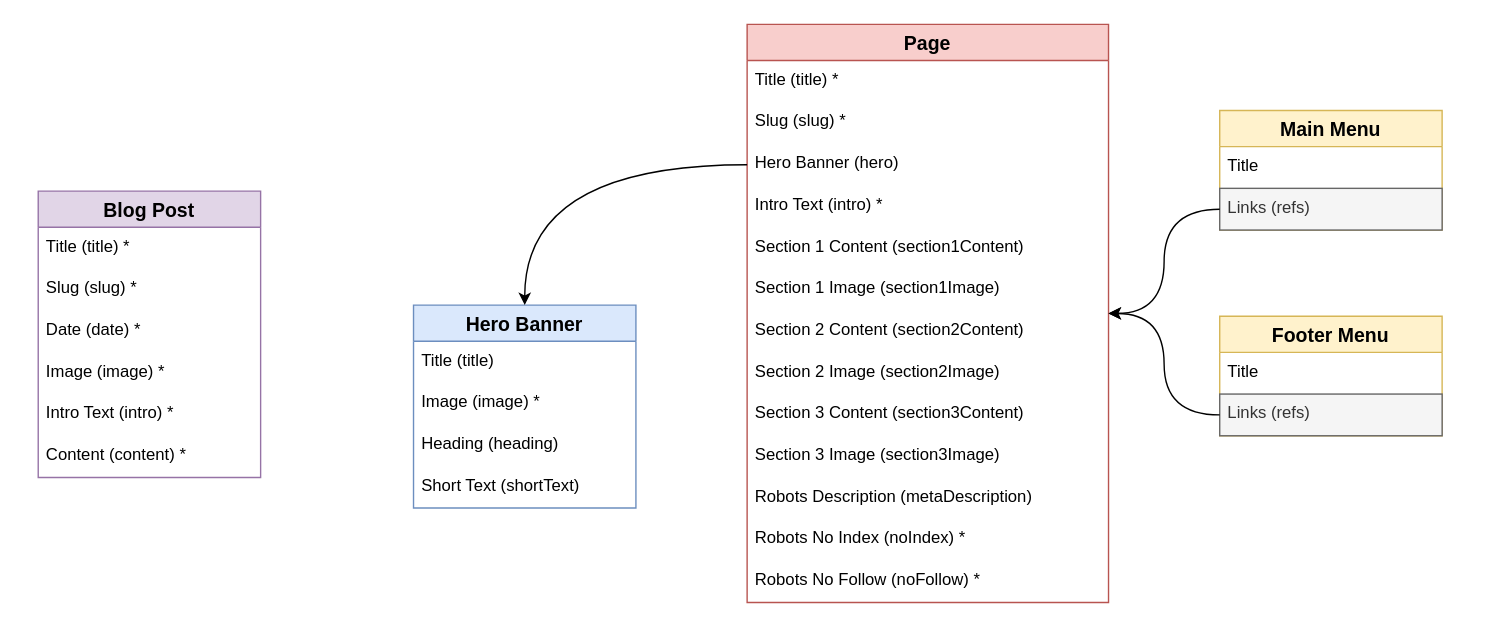
Before: page "Content model" (2 of 2) of doc/overview.drawio in spacebetweentherapy/website, a draw.io diagram. Source tidied: cells renumbered, new cells numbered last; positions are measured from the earlier drawing's top-left corner, leaving out a move shared by most shapes. Both pictures are drawn from the tidied source at 139%, with x=0, y=0 at pixel (38, 24).
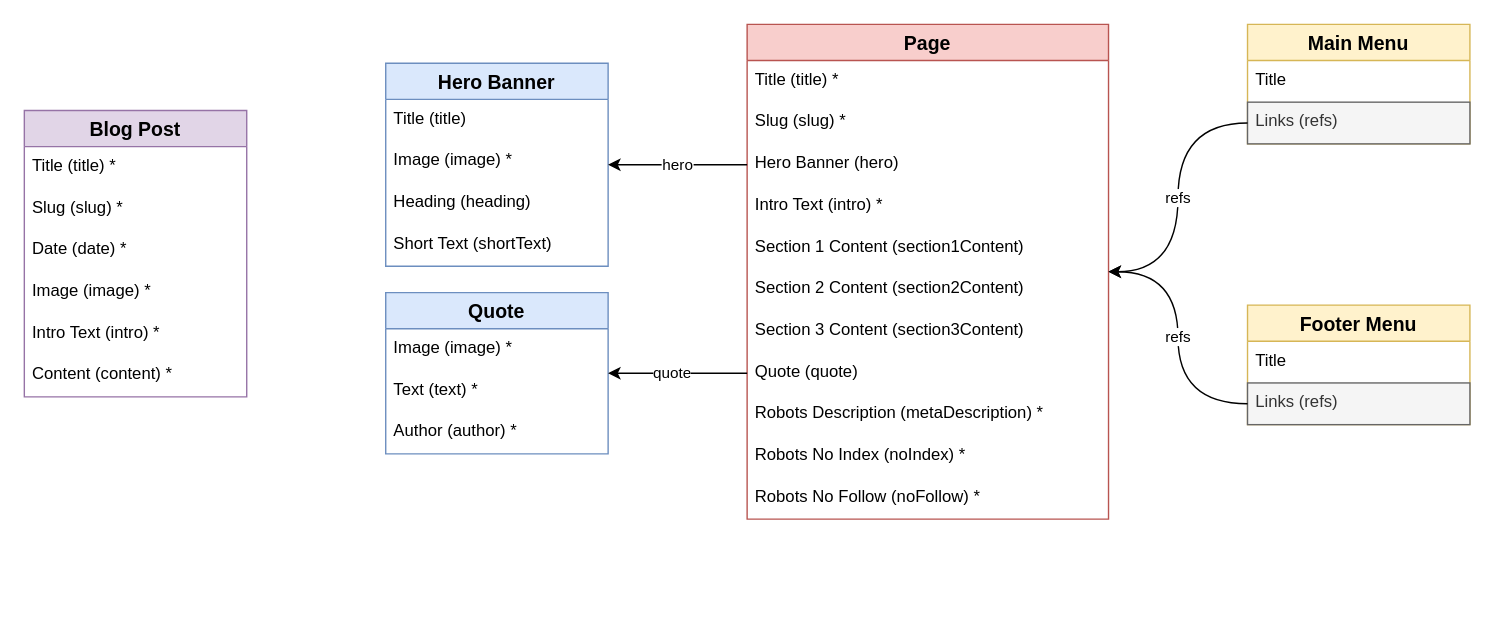
The same page after the edit.

Unchanged cells that the change refers to:
```xml
<mxCell id="17" value="Hero Banner (hero)" style="text;strokeColor=none;fillColor=none;spacingLeft=4;spacingRight=4;overflow=hidden;points=[[0,0.5],[1,0.5]];portConstraint=eastwest;fontSize=12;" parent="14" vertex="1">
  <mxGeometry y="86" width="260" height="30" as="geometry" />
</mxCell>
<mxCell id="33" value="Links (refs)" style="text;strokeColor=#666666;fillColor=#f5f5f5;spacingLeft=4;spacingRight=4;overflow=hidden;points=[[0,0.5],[1,0.5]];portConstraint=eastwest;fontSize=12;fontColor=#333333;" parent="31" vertex="1">
  <mxGeometry y="56" width="160" height="30" as="geometry" />
</mxCell>
<mxCell id="37" value="Links (refs)" style="text;strokeColor=#666666;fillColor=#f5f5f5;spacingLeft=4;spacingRight=4;overflow=hidden;points=[[0,0.5],[1,0.5]];portConstraint=eastwest;fontSize=12;fontColor=#333333;" parent="35" vertex="1">
  <mxGeometry y="56" width="160" height="30" as="geometry" />
</mxCell>
```

Change to the diagram source:
```diff
@@
     <mxCell id="2" value="Blog Post" style="swimlane;fontStyle=1;horizontal=1;startSize=26;align=center;fontSize=14;fillColor=#e1d5e7;strokeColor=#9673a6;" parent="1" vertex="1">
-      <mxGeometry y="120" width="160" height="206" as="geometry" />
+      <mxGeometry x="-10" y="62" width="160" height="206" as="geometry" />
     </mxCell>
@@
     <mxCell id="9" value="Hero Banner" style="swimlane;fontStyle=1;horizontal=1;startSize=26;align=center;fontSize=14;strokeColor=#6c8ebf;fillColor=#dae8fc;" parent="1" vertex="1">
-      <mxGeometry x="270" y="202" width="160" height="146" as="geometry" />
+      <mxGeometry x="250" y="28" width="160" height="146" as="geometry" />
     </mxCell>
@@
     <mxCell id="14" value="Page" style="swimlane;fontStyle=1;horizontal=1;startSize=26;align=center;fontSize=14;strokeColor=#b85450;fillColor=#f8cecc;" parent="1" vertex="1">
-      <mxGeometry x="510" width="260" height="416" as="geometry" />
+      <mxGeometry x="510" width="260" height="356" as="geometry" />
     </mxCell>
@@
-    <mxCell id="20" value="Section 1 Image (section1Image)" style="text;strokeColor=none;fillColor=none;spacingLeft=4;spacingRight=4;overflow=hidden;fontSize=12;" parent="14" vertex="1">
-      <mxGeometry y="176" width="260" height="30" as="geometry" />
-    </mxCell>
     <mxCell id="21" value="Section 2 Content (section2Content)" style="text;strokeColor=none;fillColor=none;spacingLeft=4;spacingRight=4;overflow=hidden;fontSize=12;" parent="14" vertex="1">
-      <mxGeometry y="206" width="260" height="30" as="geometry" />
+      <mxGeometry y="176" width="260" height="30" as="geometry" />
     </mxCell>
-    <mxCell id="22" value="Section 2 Image (section2Image)" style="text;strokeColor=none;fillColor=none;spacingLeft=4;spacingRight=4;overflow=hidden;fontSize=12;" parent="14" vertex="1">
-      <mxGeometry y="236" width="260" height="30" as="geometry" />
-    </mxCell>
     <mxCell id="23" value="Section 3 Content (section3Content)" style="text;strokeColor=none;fillColor=none;spacingLeft=4;spacingRight=4;overflow=hidden;fontSize=12;" parent="14" vertex="1">
-      <mxGeometry y="266" width="260" height="30" as="geometry" />
+      <mxGeometry y="206" width="260" height="30" as="geometry" />
     </mxCell>
-    <mxCell id="24" value="Section 3 Image (section3Image)" style="text;strokeColor=none;fillColor=none;spacingLeft=4;spacingRight=4;overflow=hidden;fontSize=12;" parent="14" vertex="1">
-      <mxGeometry y="296" width="260" height="30" as="geometry" />
-    </mxCell>
+    <mxCell id="39" value="Quote (quote)" style="text;strokeColor=none;fillColor=none;spacingLeft=4;spacingRight=4;overflow=hidden;points=[[0,0.5],[1,0.5]];portConstraint=eastwest;fontSize=12;" parent="14" vertex="1">
+      <mxGeometry y="236" width="260" height="30" as="geometry" />
+    </mxCell>
-    <mxCell id="25" value="Robots Description (metaDescription)" style="text;strokeColor=none;fillColor=none;spacingLeft=4;spacingRight=4;overflow=hidden;fontSize=12;" parent="14" vertex="1">
-      <mxGeometry y="326" width="260" height="30" as="geometry" />
+    <mxCell id="25" value="Robots Description (metaDescription) *" style="text;strokeColor=none;fillColor=none;spacingLeft=4;spacingRight=4;overflow=hidden;fontSize=12;" parent="14" vertex="1">
+      <mxGeometry y="266" width="260" height="30" as="geometry" />
     </mxCell>
     <mxCell id="26" value="Robots No Index (noIndex) *" style="text;strokeColor=none;fillColor=none;spacingLeft=4;spacingRight=4;overflow=hidden;fontSize=12;" parent="14" vertex="1">
-      <mxGeometry y="356" width="260" height="30" as="geometry" />
+      <mxGeometry y="296" width="260" height="30" as="geometry" />
     </mxCell>
     <mxCell id="27" value="Robots No Follow (noFollow) *" style="text;strokeColor=none;fillColor=none;spacingLeft=4;spacingRight=4;overflow=hidden;fontSize=12;" parent="14" vertex="1">
-      <mxGeometry y="386" width="260" height="30" as="geometry" />
+      <mxGeometry y="326" width="260" height="30" as="geometry" />
     </mxCell>
-    <mxCell id="28" style="edgeStyle=orthogonalEdgeStyle;jettySize=auto;html=1;curved=1;" parent="1" edge="1" source="17" target="9">
+    <mxCell id="28" value="hero" style="edgeStyle=orthogonalEdgeStyle;jettySize=auto;html=1;curved=1;" parent="1" edge="1" source="17" target="9">
       <mxGeometry relative="1" as="geometry" />
     </mxCell>
@@
     <mxCell id="31" value="Main Menu" style="swimlane;fontStyle=1;horizontal=1;startSize=26;align=center;fontSize=14;strokeColor=#d6b656;fillColor=#fff2cc;" parent="1" vertex="1">
-      <mxGeometry x="850" y="62" width="160" height="86" as="geometry" />
+      <mxGeometry x="870" width="160" height="86" as="geometry" />
     </mxCell>
@@
-    <mxCell id="34" style="edgeStyle=orthogonalEdgeStyle;curved=1;jettySize=auto;html=1;strokeColor=#000000;" parent="1" edge="1" source="33" target="14">
+    <mxCell id="34" value="refs" style="edgeStyle=orthogonalEdgeStyle;curved=1;jettySize=auto;html=1;strokeColor=#000000;" parent="1" edge="1" source="33" target="14">
       <mxGeometry relative="1" as="geometry" />
     </mxCell>
     <mxCell id="35" value="Footer Menu" style="swimlane;fontStyle=1;horizontal=1;startSize=26;align=center;fontSize=14;strokeColor=#d6b656;fillColor=#fff2cc;" parent="1" vertex="1">
-      <mxGeometry x="850" y="210" width="160" height="86" as="geometry" />
+      <mxGeometry x="870" y="202" width="160" height="86" as="geometry" />
     </mxCell>
@@
-    <mxCell id="38" style="edgeStyle=orthogonalEdgeStyle;curved=1;jettySize=auto;html=1;strokeColor=#000000;" parent="1" edge="1" source="37" target="14">
+    <mxCell id="38" value="refs" style="edgeStyle=orthogonalEdgeStyle;curved=1;jettySize=auto;html=1;strokeColor=#000000;" parent="1" edge="1" source="37" target="14">
       <mxGeometry relative="1" as="geometry" />
     </mxCell>
+    <mxCell id="40" value="Quote" style="swimlane;fontStyle=1;horizontal=1;startSize=26;align=center;fontSize=14;strokeColor=#6c8ebf;fillColor=#dae8fc;" parent="1" vertex="1">
+      <mxGeometry x="250" y="193" width="160" height="116" as="geometry" />
+    </mxCell>
+    <mxCell id="41" value="Image (image) *" style="text;strokeColor=none;fillColor=none;spacingLeft=4;spacingRight=4;overflow=hidden;fontSize=12;" parent="40" vertex="1">
+      <mxGeometry y="26" width="160" height="30" as="geometry" />
+    </mxCell>
+    <mxCell id="42" value="Text (text) *" style="text;strokeColor=none;fillColor=none;spacingLeft=4;spacingRight=4;overflow=hidden;fontSize=12;" parent="40" vertex="1">
+      <mxGeometry y="56" width="160" height="30" as="geometry" />
+    </mxCell>
+    <mxCell id="43" value="Author (author) *" style="text;strokeColor=none;fillColor=none;spacingLeft=4;spacingRight=4;overflow=hidden;fontSize=12;" parent="40" vertex="1">
+      <mxGeometry y="86" width="160" height="30" as="geometry" />
+    </mxCell>
+    <mxCell id="44" value="quote" style="edgeStyle=orthogonalEdgeStyle;jettySize=auto;html=1;curved=1;" parent="1" edge="1" source="39" target="40">
+      <mxGeometry x="0.08" relative="1" as="geometry" />
+    </mxCell>
```
